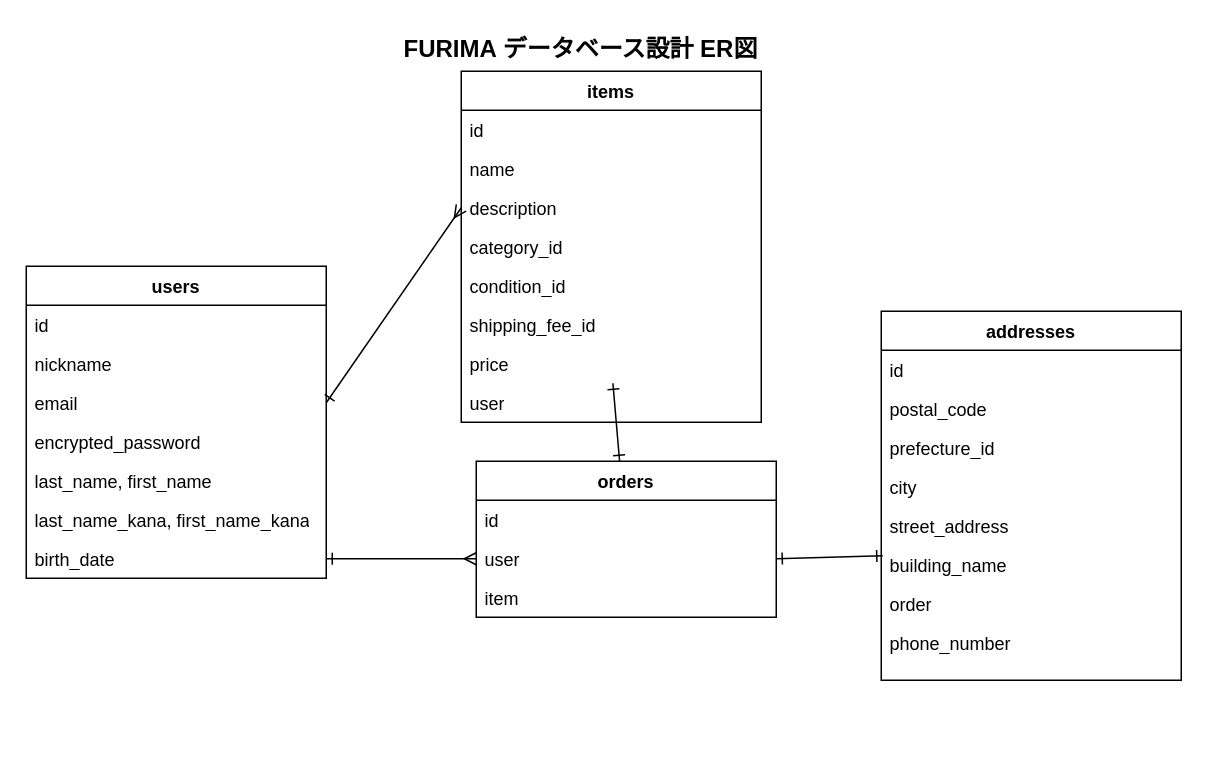
The draw.io diagram page "FURIMA Database Design" (2 of 2) of test.dio in taiyifuyuan2/furima-46285, before the edit. Source tidied: cells renumbered, new cells numbered last; positions are measured from the earlier drawing's top-left corner, leaving out a move shared by most shapes. Both pictures are drawn from the tidied source at 150%, with x=0, y=0 at pixel (26, 26).
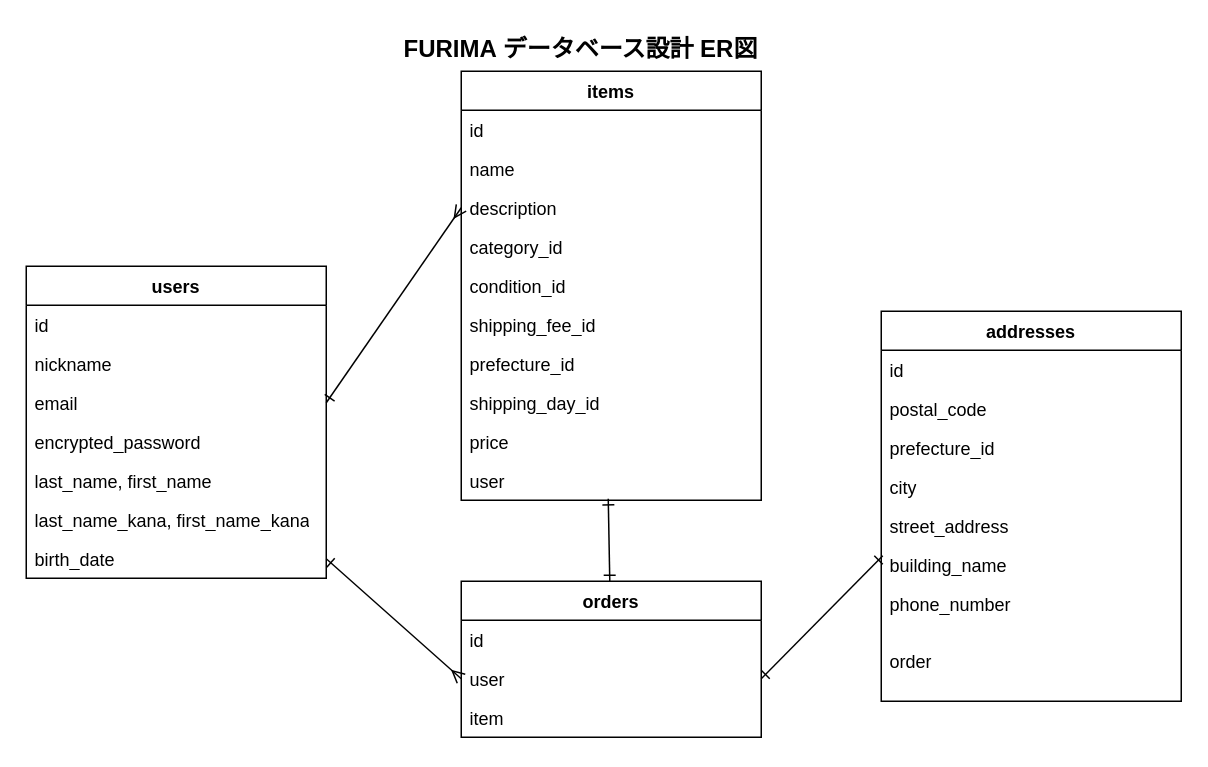
Above is the later version.

Commit message (it also covers changes not shown here):
レビュー指摘の修正完了: shipping_days_idをshipping_day_idに変更、ER図をREADMEと完全一致

The edit, as a diff of the source:
```diff
@@
     <mxCell id="10" value="items" style="swimlane;fontStyle=1;align=center;verticalAlign=top;horizontal=1;startSize=26;whiteSpace=wrap;html=1;" parent="1" vertex="1">
-      <mxGeometry x="290" y="30" width="200" height="234" as="geometry" />
+      <mxGeometry x="290" y="30" width="200" height="286" as="geometry" />
     </mxCell>
@@
+    <mxCell id="37" value="prefecture_id&amp;nbsp;" style="text;strokeColor=none;fillColor=none;align=left;verticalAlign=top;spacingLeft=4;spacingRight=4;overflow=hidden;whiteSpace=wrap;html=1;" parent="10" vertex="1">
+      <mxGeometry y="182" width="200" height="26" as="geometry" />
+    </mxCell>
+    <mxCell id="38" value="shipping_day_id&amp;nbsp;" style="text;strokeColor=none;fillColor=none;align=left;verticalAlign=top;spacingLeft=4;spacingRight=4;overflow=hidden;whiteSpace=wrap;html=1;" parent="10" vertex="1">
+      <mxGeometry y="208" width="200" height="26" as="geometry" />
+    </mxCell>
     <mxCell id="17" value="price" style="text;strokeColor=none;fillColor=none;align=left;verticalAlign=top;spacingLeft=4;spacingRight=4;overflow=hidden;points=[[0,0.5],[1,0.5]];portConstraint=eastwest;whiteSpace=wrap;html=1;" parent="10" vertex="1">
-      <mxGeometry y="182" width="200" height="26" as="geometry" />
+      <mxGeometry y="234" width="200" height="26" as="geometry" />
     </mxCell>
-    <mxCell id="18" value="user" style="text;strokeColor=none;fillColor=none;align=left;verticalAlign=top;spacingLeft=4;spacingRight=4;overflow=hidden;points=[[0,0.5],[1,0.5]];portConstraint=eastwest;whiteSpace=wrap;html=1;" parent="10" vertex="1">
-      <mxGeometry y="208" width="200" height="26" as="geometry" />
+    <mxCell id="18" value="user" style="text;strokeColor=none;fillColor=none;align=left;verticalAlign=top;spacingLeft=4;spacingRight=4;overflow=hidden;points=[[0,0.5],[1,0.5]];portConstraint=eastwest;whiteSpace=1;" parent="10" vertex="1">
+      <mxGeometry y="260" width="200" height="26" as="geometry" />
     </mxCell>
-    <mxCell id="19" style="edgeStyle=none;html=1;endArrow=ERone;endFill=0;startArrow=ERone;startFill=0;" parent="1" edge="1" source="20" target="17">
+    <mxCell id="19" style="edgeStyle=none;html=1;endArrow=ERone;endFill=0;startArrow=ERone;startFill=0;entryX=0.49;entryY=0.962;entryDx=0;entryDy=0;entryPerimeter=0;" parent="1" edge="1" source="20" target="18">
       <mxGeometry relative="1" as="geometry" />
     </mxCell>
     <mxCell id="20" value="orders" style="swimlane;fontStyle=1;align=center;verticalAlign=top;horizontal=1;startSize=26;whiteSpace=wrap;html=1;" parent="1" vertex="1">
-      <mxGeometry x="300" y="290" width="200" height="104" as="geometry" />
+      <mxGeometry x="290" y="370" width="200" height="104" as="geometry" />
     </mxCell>
@@
     <mxCell id="24" value="addresses" style="swimlane;fontStyle=1;align=center;verticalAlign=top;horizontal=1;startSize=26;whiteSpace=wrap;html=1;" parent="1" vertex="1">
-      <mxGeometry x="570" y="190" width="200" height="246" as="geometry" />
+      <mxGeometry x="570" y="190" width="200" height="260" as="geometry" />
     </mxCell>
@@
+    <mxCell id="32" value="phone_number" style="text;strokeColor=none;fillColor=none;align=left;verticalAlign=top;spacingLeft=4;spacingRight=4;overflow=hidden;whiteSpace=wrap;html=1;" parent="24" vertex="1">
+      <mxGeometry y="182" width="200" height="38" as="geometry" />
+    </mxCell>
     <mxCell id="31" value="order" style="text;strokeColor=none;fillColor=none;align=left;verticalAlign=top;spacingLeft=4;spacingRight=4;overflow=hidden;whiteSpace=wrap;html=1;" parent="24" vertex="1">
-      <mxGeometry y="182" width="200" height="26" as="geometry" />
+      <mxGeometry y="220" width="200" height="40" as="geometry" />
     </mxCell>
-    <mxCell id="32" value="phone_number" style="text;strokeColor=none;fillColor=none;align=left;verticalAlign=top;spacingLeft=4;spacingRight=4;overflow=hidden;whiteSpace=wrap;html=1;" parent="24" vertex="1">
-      <mxGeometry y="208" width="200" height="38" as="geometry" />
-    </mxCell>
```
